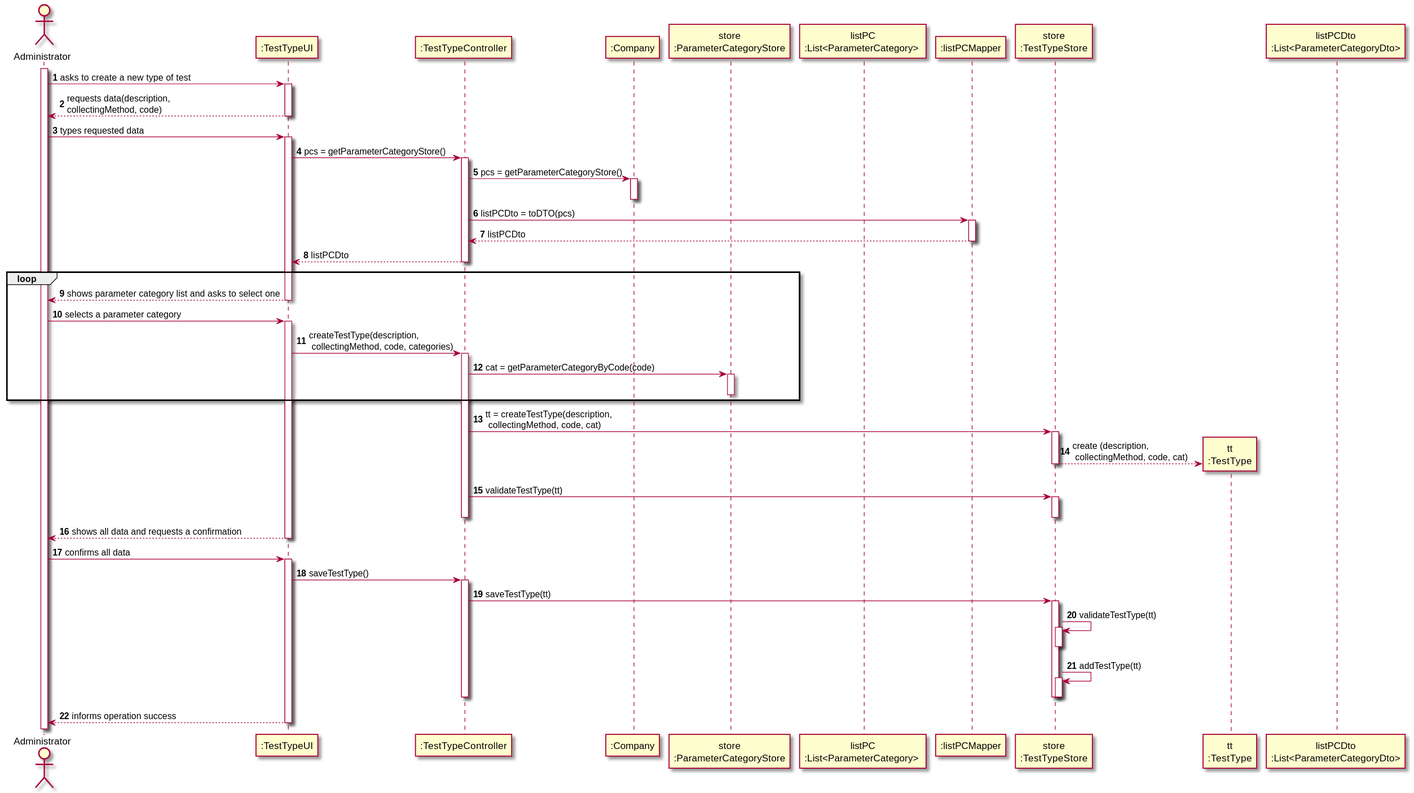
The PlantUML diagram docs/SprintB/US9_CreateTestType/US009_SD.svg in Pedromaia26/LAPR2-ISEP, before a commit.
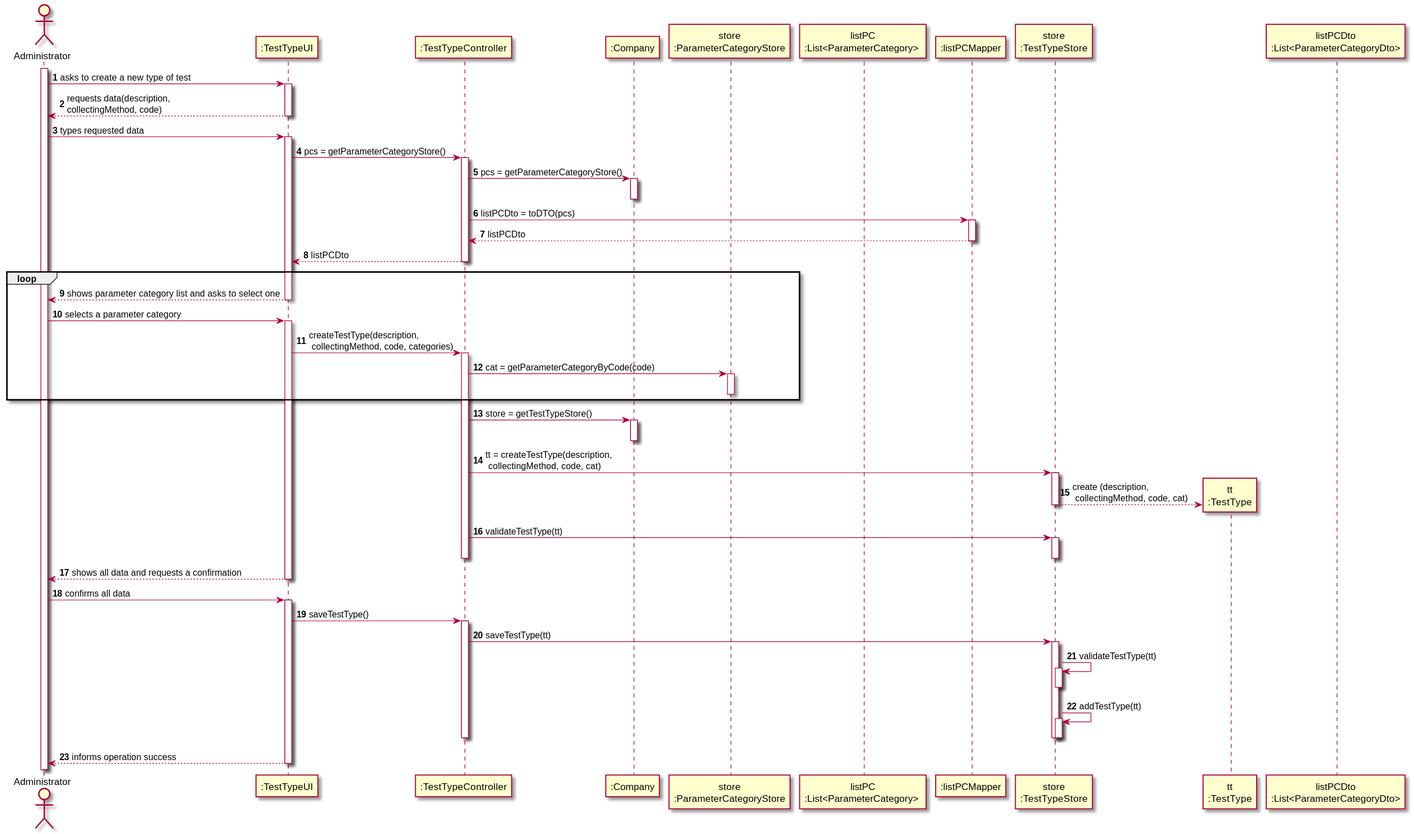
After the change.

What changed in the source:
```diff
@@ -43,10 +43,13 @@
 activate UI
 UI -> TTC: createTestType(description, \n collectingMethod, code, categories)
 activate TTC
-        TTC -> PCS: cat = getParameterCategoryByCode(code)
+TTC -> PCS: cat = getParameterCategoryByCode(code)
 activate PCS
 deactivate PCS
 end
+TTC -> ML: store = getTestTypeStore()
+activate ML
+deactivate ML
 TTC -> TTS: tt = createTestType(description, \n collectingMethod, code, cat)
 activate TTS
 TTS --> TT**: create (description, \n collectingMethod, code, cat)
```
